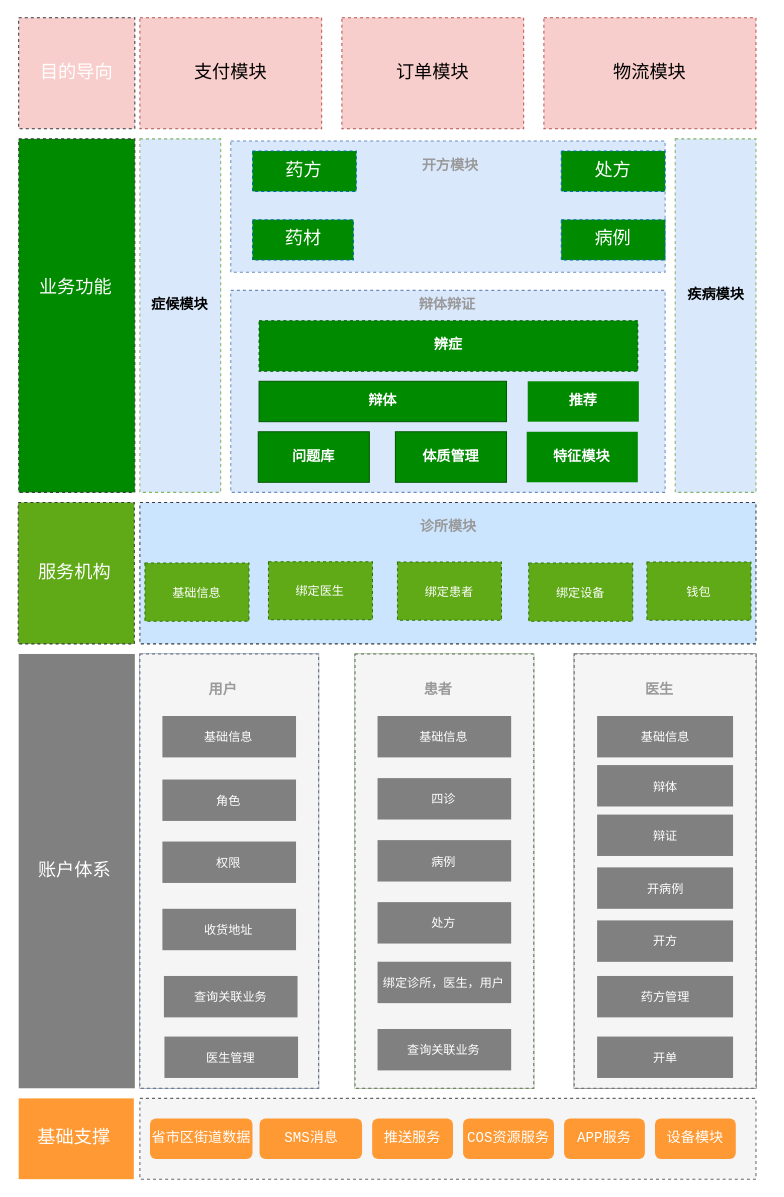
Above: 工作/业务架构图.drawio in Labradors/draw (draw.io), before the change. Source tidied: cells renumbered, new cells numbered last; positions are measured from the earlier drawing's top-left corner, leaving out a move shared by most shapes. Both pictures are drawn from the tidied source at 101%, with x=0, y=0 at pixel (18, 17).
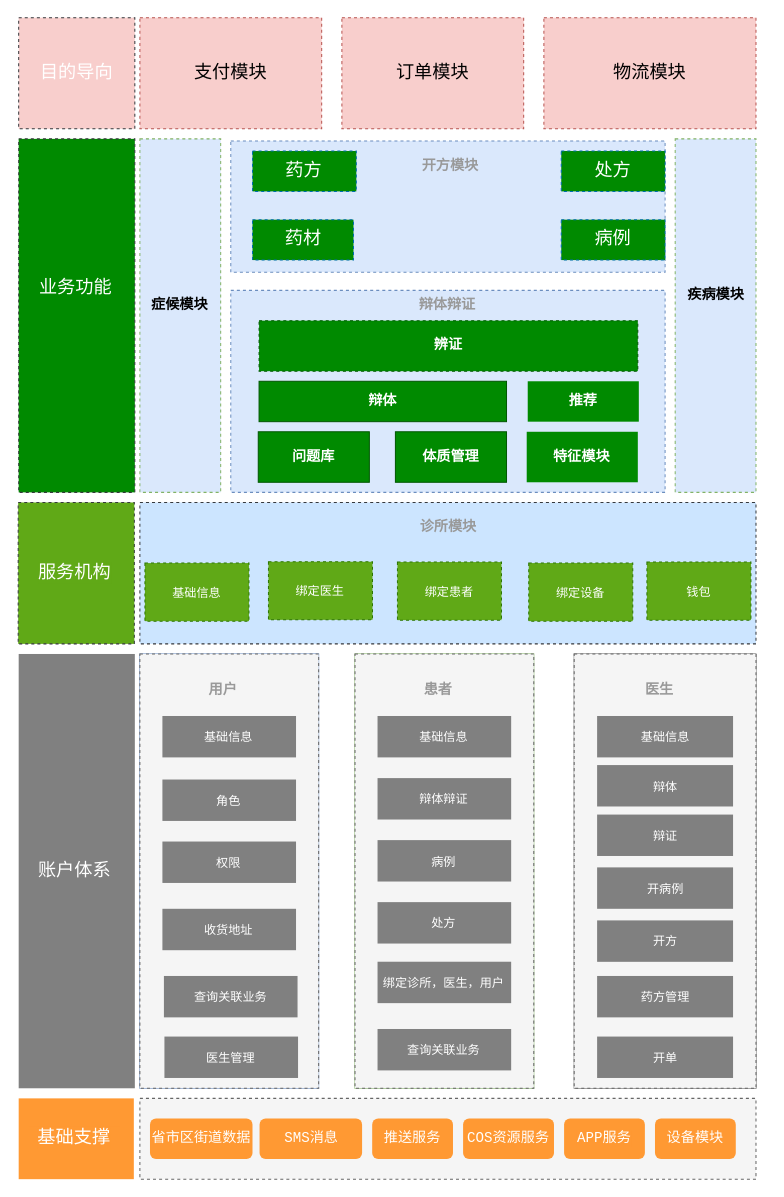
The same diagram, later.

Change to the diagram source:
```diff
@@
-    <mxCell id="16" value="&lt;b&gt;辨症&lt;/b&gt;" style="rounded=0;whiteSpace=wrap;html=1;fontFamily=Courier New;fontSize=14;fontColor=#ffffff;fillColor=#008a00;strokeColor=#005700;dashed=1;" parent="1" vertex="1">
+    <mxCell id="16" value="&lt;b&gt;辨证&lt;/b&gt;" style="rounded=0;whiteSpace=wrap;html=1;fontFamily=Courier New;fontSize=14;fontColor=#ffffff;fillColor=#008a00;strokeColor=#005700;dashed=1;" parent="1" vertex="1">
       <mxGeometry x="238" y="300" width="375" height="50" as="geometry" />
     </mxCell>
@@
-    <mxCell id="32" value="&lt;font style=&quot;font-size: 12px&quot; color=&quot;#ffffff&quot;&gt;四诊&lt;/font&gt;" style="rounded=0;whiteSpace=wrap;html=1;fontFamily=Courier New;fontSize=18;fontColor=#999999;strokeColor=none;fillColor=#808080;" parent="1" vertex="1">
+    <mxCell id="32" value="&lt;font color=&quot;#ffffff&quot;&gt;&lt;span style=&quot;font-size: 12px&quot;&gt;辩体辩证&lt;/span&gt;&lt;/font&gt;" style="rounded=0;whiteSpace=wrap;html=1;fontFamily=Courier New;fontSize=18;fontColor=#999999;strokeColor=none;fillColor=#808080;" parent="1" vertex="1">
       <mxGeometry x="355.3" y="752.9" width="132.3" height="41" as="geometry" />
     </mxCell>
```
